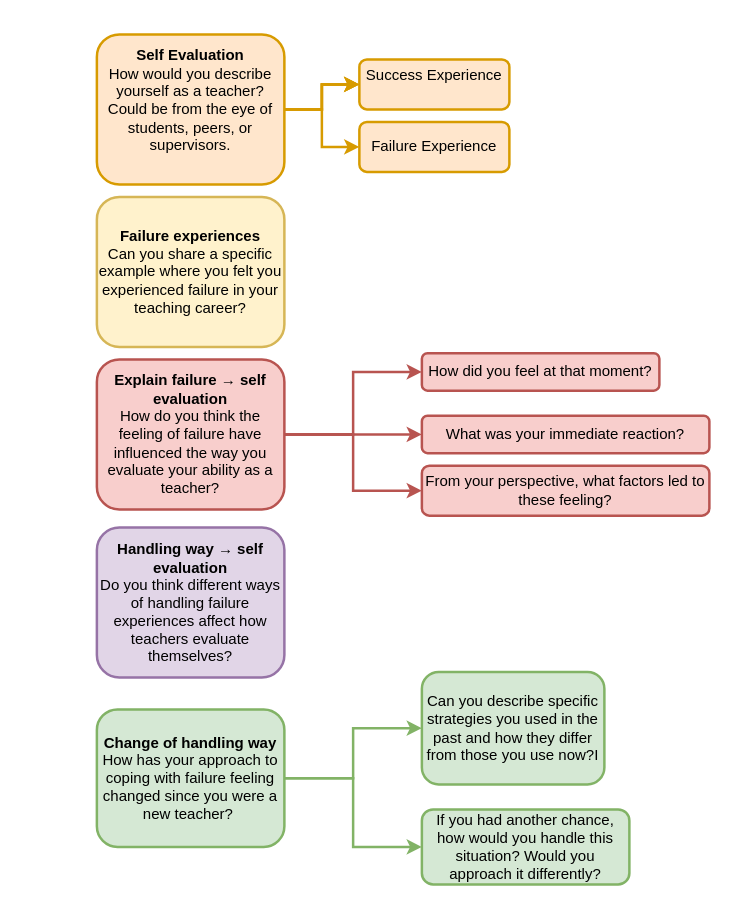
This is qual_assignment.drawio from qipengchen/draw_io, a draw.io file, before an edit. Source tidied: cells renumbered, new cells numbered last; positions are measured from the earlier drawing's top-left corner, leaving out a move shared by most shapes. Both pictures are drawn from the tidied source at 125%, with x=0, y=0 at pixel (96, 34).
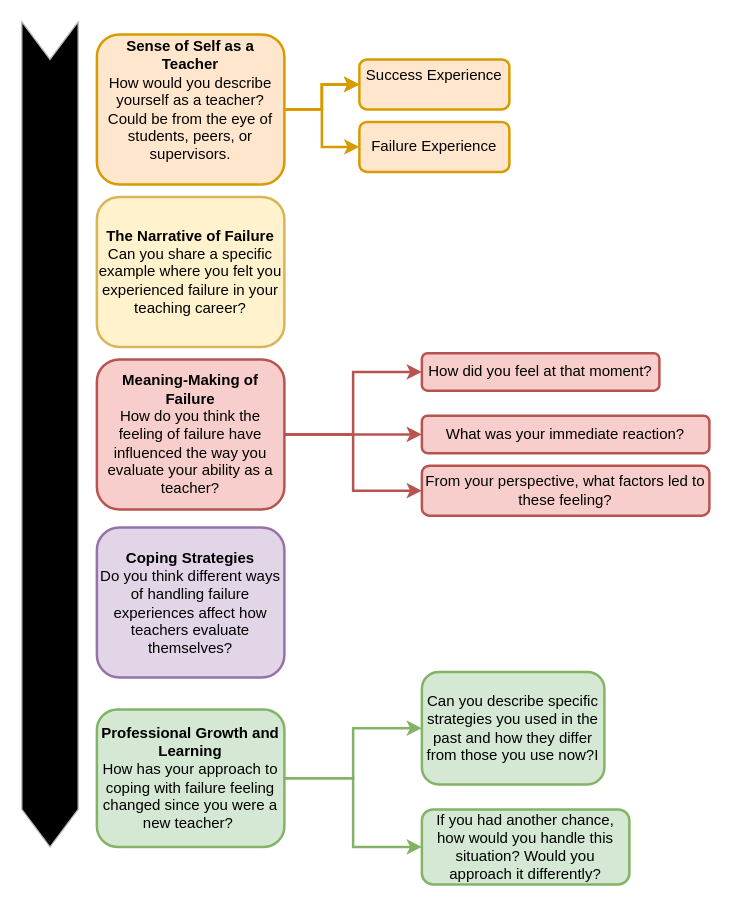
After the change.

Change to the diagram source:
```diff
@@
-    <mxCell id="6" value="&lt;p&gt;&lt;b&gt;Self Evaluation&lt;/b&gt;&lt;br&gt;&lt;span style=&quot;background-color: transparent; color: light-dark(rgb(0, 0, 0), rgb(255, 255, 255));&quot;&gt;How would you describe yourself as a teacher?  Could be from the eye of  students, peers, or supervisors.&lt;/span&gt;&lt;/p&gt;&lt;div&gt;&lt;br&gt;&lt;/div&gt;" style="rounded=1;whiteSpace=wrap;html=1;fillColor=#ffe6cc;strokeColor=#d79b00;strokeWidth=2;" parent="1" vertex="1">
+    <mxCell id="6" value="&lt;p&gt;&lt;span style=&quot;background-color: transparent; color: light-dark(rgb(0, 0, 0), rgb(255, 255, 255));&quot;&gt;&lt;b&gt;Sense of Self as a Teacher&lt;/b&gt;&lt;/span&gt;&lt;br&gt;&lt;span style=&quot;background-color: transparent; color: light-dark(rgb(0, 0, 0), rgb(255, 255, 255));&quot;&gt;How would you describe yourself as a teacher?  Could be from the eye of  students, peers, or supervisors.&lt;/span&gt;&lt;/p&gt;&lt;div&gt;&lt;br&gt;&lt;/div&gt;" style="rounded=1;whiteSpace=wrap;html=1;fillColor=#ffe6cc;strokeColor=#d79b00;strokeWidth=2;" parent="1" vertex="1">
       <mxGeometry width="150" height="120" as="geometry" />
     </mxCell>
-    <mxCell id="7" value="&lt;p&gt;&lt;b&gt;Failure experiences&lt;/b&gt;&lt;br&gt;&lt;span style=&quot;background-color: transparent; color: light-dark(rgb(0, 0, 0), rgb(255, 255, 255));&quot;&gt;Can you share a specific example where you felt you experienced failure in your teaching career?&lt;/span&gt;&lt;/p&gt;" style="rounded=1;whiteSpace=wrap;html=1;fillColor=#fff2cc;strokeColor=#d6b656;strokeWidth=2;" parent="1" vertex="1">
+    <mxCell id="7" value="&lt;p&gt;&lt;b&gt;The Narrative of Failure&lt;/b&gt;&lt;br&gt;&lt;span style=&quot;background-color: transparent; color: light-dark(rgb(0, 0, 0), rgb(255, 255, 255));&quot;&gt;Can you share a specific example where you felt you experienced failure in your teaching career?&lt;/span&gt;&lt;/p&gt;" style="rounded=1;whiteSpace=wrap;html=1;fillColor=#fff2cc;strokeColor=#d6b656;strokeWidth=2;" parent="1" vertex="1">
       <mxGeometry y="130" width="150" height="120" as="geometry" />
     </mxCell>
@@
-    <mxCell id="11" value="&lt;p&gt;&lt;b&gt;Explain failure → self evaluation&lt;/b&gt;&lt;br&gt;&lt;span style=&quot;background-color: transparent; color: light-dark(rgb(0, 0, 0), rgb(255, 255, 255));&quot;&gt;How do you think the feeling of failure have influenced the way you evaluate your ability as a teacher?&lt;/span&gt;&lt;/p&gt;" style="rounded=1;whiteSpace=wrap;html=1;fillColor=#f8cecc;strokeColor=#b85450;strokeWidth=2;" parent="1" vertex="1">
+    <mxCell id="11" value="&lt;p&gt;&lt;b&gt;Meaning-Making of Failure&lt;/b&gt;&lt;br&gt;&lt;span style=&quot;background-color: transparent; color: light-dark(rgb(0, 0, 0), rgb(255, 255, 255));&quot;&gt;How do you think the feeling of failure have influenced the way you evaluate your ability as a teacher?&lt;/span&gt;&lt;/p&gt;" style="rounded=1;whiteSpace=wrap;html=1;fillColor=#f8cecc;strokeColor=#b85450;strokeWidth=2;" parent="1" vertex="1">
       <mxGeometry y="260" width="150" height="120" as="geometry" />
     </mxCell>
-    <mxCell id="12" value="&lt;p&gt;&lt;b&gt;Handling way → self evaluation&lt;/b&gt;&lt;br&gt;&lt;span style=&quot;background-color: transparent; color: light-dark(rgb(0, 0, 0), rgb(255, 255, 255));&quot;&gt;Do you think different ways of handling failure experiences affect how teachers evaluate themselves?&lt;/span&gt;&lt;/p&gt;" style="rounded=1;whiteSpace=wrap;html=1;fillColor=#e1d5e7;strokeColor=#9673a6;strokeWidth=2;" parent="1" vertex="1">
+    <mxCell id="12" value="&lt;p&gt;&lt;b&gt;Coping Strategies&lt;/b&gt;&lt;br&gt;&lt;span style=&quot;background-color: transparent; color: light-dark(rgb(0, 0, 0), rgb(255, 255, 255));&quot;&gt;Do you think different ways of handling failure experiences affect how teachers evaluate themselves?&lt;/span&gt;&lt;/p&gt;" style="rounded=1;whiteSpace=wrap;html=1;fillColor=#e1d5e7;strokeColor=#9673a6;strokeWidth=2;" parent="1" vertex="1">
       <mxGeometry y="394.5" width="150" height="120" as="geometry" />
     </mxCell>
@@
-    <mxCell id="15" value="&lt;p&gt;&lt;b&gt;Change of handling way&lt;/b&gt;&lt;br&gt;&lt;span style=&quot;background-color: transparent; color: light-dark(rgb(0, 0, 0), rgb(255, 255, 255));&quot;&gt;How has your approach to coping with failure feeling changed since you were a new teacher?&amp;nbsp;&lt;/span&gt;&lt;/p&gt;" style="rounded=1;whiteSpace=wrap;html=1;fillColor=#d5e8d4;strokeColor=#82b366;strokeWidth=2;" parent="1" vertex="1">
+    <mxCell id="15" value="&lt;p&gt;&lt;b&gt;Professional Growth and Learning&lt;/b&gt;&lt;br&gt;&lt;span style=&quot;background-color: transparent; color: light-dark(rgb(0, 0, 0), rgb(255, 255, 255));&quot;&gt;How has your approach to coping with failure feeling changed since you were a new teacher?&amp;nbsp;&lt;/span&gt;&lt;/p&gt;" style="rounded=1;whiteSpace=wrap;html=1;fillColor=#d5e8d4;strokeColor=#82b366;strokeWidth=2;" parent="1" vertex="1">
       <mxGeometry y="540" width="150" height="110" as="geometry" />
     </mxCell>
@@
+    <mxCell id="23" style="html=1;shadow=0;dashed=0;align=center;verticalAlign=middle;shape=mxgraph.arrows2.arrow;dy=0;dx=30;notch=30;rotation=90;fillColor=light-dark(#ffe6cc, #39454e);strokeColor=#B5B5B5;fillStyle=auto;gradientColor=light-dark(#d5e8d4, #ededed);gradientDirection=east;" parent="1" vertex="1">
+      <mxGeometry x="-367.5" y="297.5" width="660" height="45" as="geometry" />
+    </mxCell>
```
